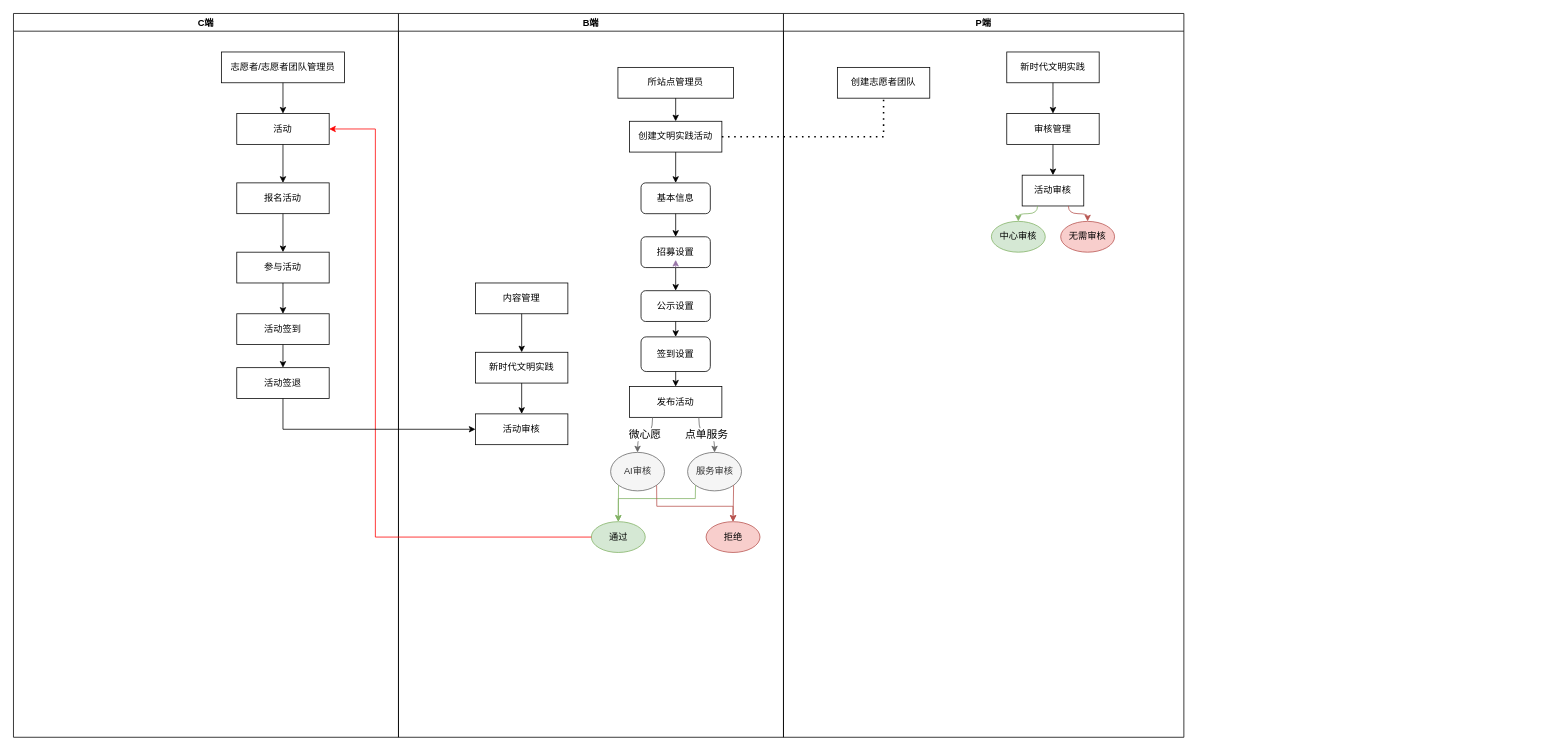
KZ137onethe/hello-world keeps this draw.io diagram as 活动.drawio. Above is the earlier version. Source tidied: cells renumbered, new cells numbered last; positions are measured from the earlier drawing's top-left corner, leaving out a move shared by most shapes. Both pictures are drawn from the tidied source at 77%, with x=0, y=0 at pixel (13, 13).
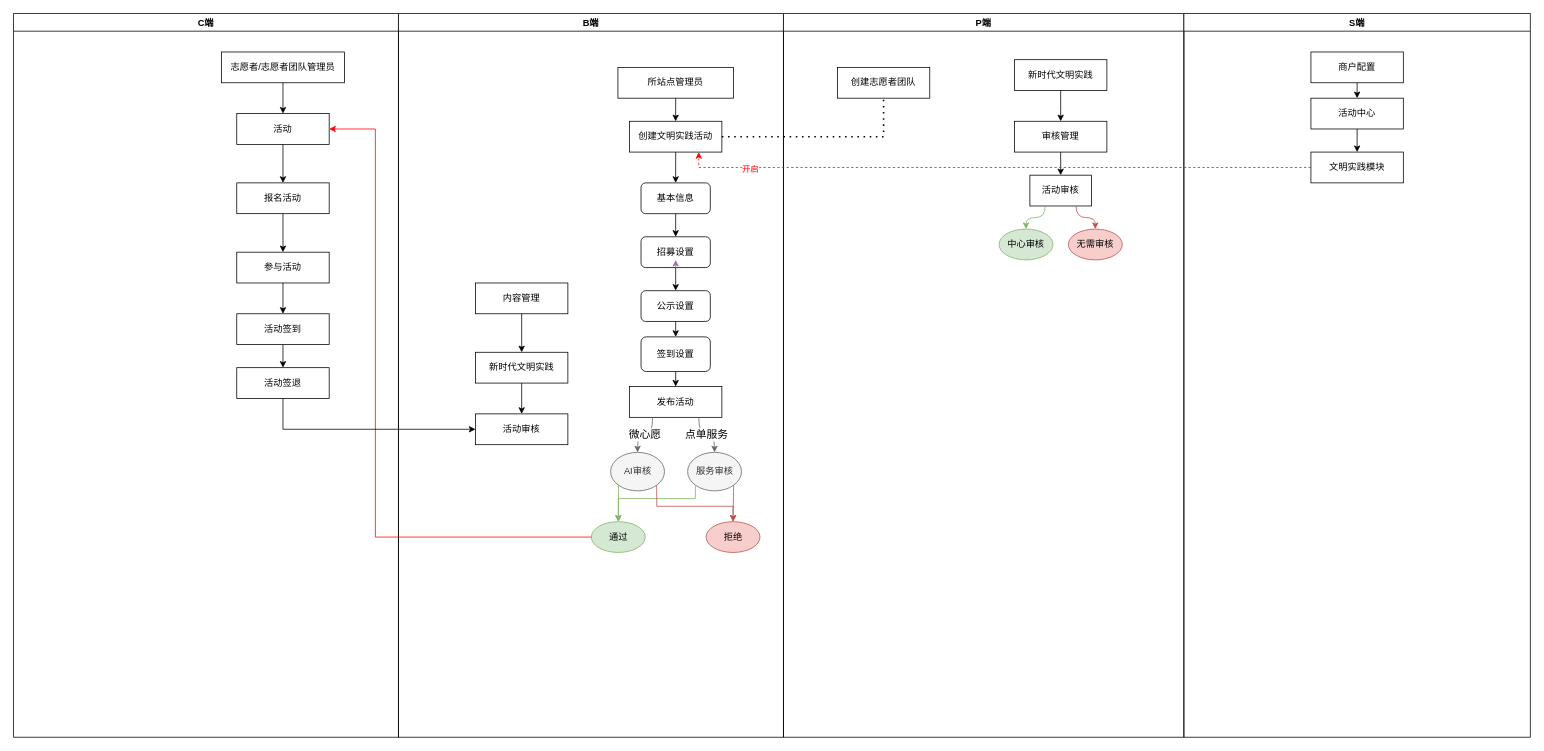
Above is the later version.

Unchanged cells that the change refers to:
```xml
<mxCell id="15" value="创建文明实践活动" style="rounded=0;whiteSpace=wrap;html=1;" parent="13" vertex="1">
  <mxGeometry x="300" y="140" width="120" height="40" as="geometry" />
</mxCell>
<mxCell id="42" value="P端" style="swimlane;" parent="1" vertex="1">
  <mxGeometry x="1000" width="520" height="940" as="geometry" />
</mxCell>
```

Diff of the diagram source:
```diff
@@
     <mxCell id="44" value="新时代文明实践" style="rounded=0;whiteSpace=wrap;html=1;" parent="42" vertex="1">
-      <mxGeometry x="290" y="50" width="120" height="40" as="geometry" />
+      <mxGeometry x="300" y="60" width="120" height="40" as="geometry" />
     </mxCell>
     <mxCell id="45" value="审核管理" style="rounded=0;whiteSpace=wrap;html=1;" parent="42" vertex="1">
-      <mxGeometry x="290" y="130" width="120" height="40" as="geometry" />
+      <mxGeometry x="300" y="140" width="120" height="40" as="geometry" />
     </mxCell>
     <mxCell id="46" value="活动审核" style="rounded=0;whiteSpace=wrap;html=1;" parent="42" vertex="1">
-      <mxGeometry x="310" y="210" width="80" height="40" as="geometry" />
+      <mxGeometry x="320" y="210" width="80" height="40" as="geometry" />
     </mxCell>
@@
     <mxCell id="48" value="中心审核" style="ellipse;whiteSpace=wrap;html=1;fillColor=#d5e8d4;strokeColor=#82b366;" parent="42" vertex="1">
-      <mxGeometry x="270" y="270" width="70" height="40" as="geometry" />
+      <mxGeometry x="280" y="280" width="70" height="40" as="geometry" />
     </mxCell>
     <mxCell id="49" value="无需审核" style="ellipse;whiteSpace=wrap;html=1;fillColor=#f8cecc;strokeColor=#b85450;" parent="42" vertex="1">
-      <mxGeometry x="360" y="270" width="70" height="40" as="geometry" />
+      <mxGeometry x="370" y="280" width="70" height="40" as="geometry" />
     </mxCell>
@@
     <mxCell id="53" style="endArrow=classic;html=1;rounded=0;exitX=0.5;exitY=1;exitDx=0;exitDy=0;edgeStyle=orthogonalEdgeStyle;curved=1;" parent="1" edge="1" source="44">
       <mxGeometry relative="1" as="geometry">
-        <mxPoint x="1350" y="130" as="targetPoint" />
+        <mxPoint x="1360" y="140" as="targetPoint" />
       </mxGeometry>
     </mxCell>
@@
+    <mxCell id="58" value="S端" style="swimlane;" parent="1" vertex="1">
+      <mxGeometry x="1520" width="450" height="940" as="geometry" />
+    </mxCell>
+    <mxCell id="59" value="商户配置" style="whiteSpace=wrap;html=1;" parent="58" vertex="1">
+      <mxGeometry x="165" y="50" width="120" height="40" as="geometry" />
+    </mxCell>
+    <mxCell id="60" value="活动中心" style="whiteSpace=wrap;html=1;" parent="58" vertex="1">
+      <mxGeometry x="165" y="110" width="120" height="40" as="geometry" />
+    </mxCell>
+    <mxCell id="61" style="endArrow=classic;html=1;rounded=0;exitX=0.5;exitY=1;exitDx=0;exitDy=0;entryX=0.5;entryY=0;entryDx=0;entryDy=0;" parent="58" edge="1" source="59" target="60">
+      <mxGeometry relative="1" as="geometry" />
+    </mxCell>
+    <mxCell id="62" value="文明实践模块" style="whiteSpace=wrap;html=1;" parent="58" vertex="1">
+      <mxGeometry x="165" y="180" width="120" height="40" as="geometry" />
+    </mxCell>
+    <mxCell id="63" style="endArrow=classic;html=1;rounded=0;exitX=0.5;exitY=1;exitDx=0;exitDy=0;entryX=0.5;entryY=0;entryDx=0;entryDy=0;" parent="58" edge="1" source="60" target="62">
+      <mxGeometry relative="1" as="geometry" />
+    </mxCell>
+    <mxCell id="64" style="endArrow=classic;html=1;rounded=0;exitX=0;exitY=0.5;exitDx=0;exitDy=0;entryX=0.75;entryY=1;entryDx=0;entryDy=0;dashed=1;strokeColor=#FF0000;" parent="1" edge="1" source="62" target="15">
+      <mxGeometry relative="1" as="geometry">
+        <Array as="points">
+          <mxPoint x="940" y="200" />
+          <mxPoint x="890" y="200" />
+        </Array>
+      </mxGeometry>
+    </mxCell>
+    <mxCell id="65" value="&lt;font color=&quot;#ff0000&quot;&gt;开启&lt;/font&gt;" style="edgeLabel;html=1;align=center;verticalAlign=middle;" parent="64" vertex="1">
+      <mxGeometry x="0.79" y="1" relative="1" as="geometry" />
+    </mxCell>
```
